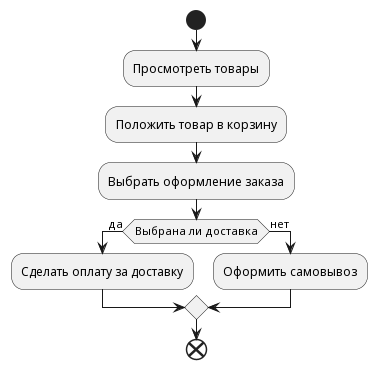
The PlantUML diagram docs/Диаграмма активности для клиента.png in Dmitriy-M1319/CrystalApp, before a commit. Source of this version:
```plantuml
@startuml Диаграмма активности для клиента
start
:Просмотреть товары;
:Положить товар в корзину;
:Выбрать оформление заказа;

if (Выбрана ли доставка) then (да)
    :Сделать оплату за доставку;
else (нет)
    :Оформить самовывоз;
endif
end
@enduml
```
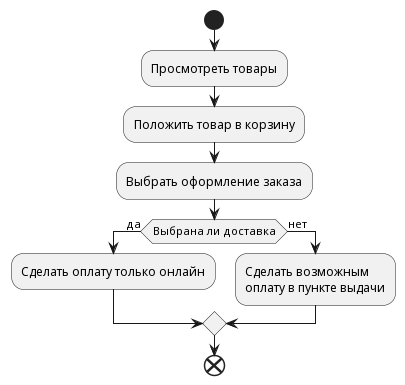
The same file after the commit.

Diff of the diagram source:
```diff
@@ -5,9 +5,9 @@
 :Выбрать оформление заказа;
 
 if (Выбрана ли доставка) then (да)
-    :Сделать оплату за доставку;
+    :Сделать оплату только онлайн;
 else (нет)
-    :Оформить самовывоз;
+    :Сделать возможным\nоплату в пункте выдачи;
 endif
 end
 @enduml
```
